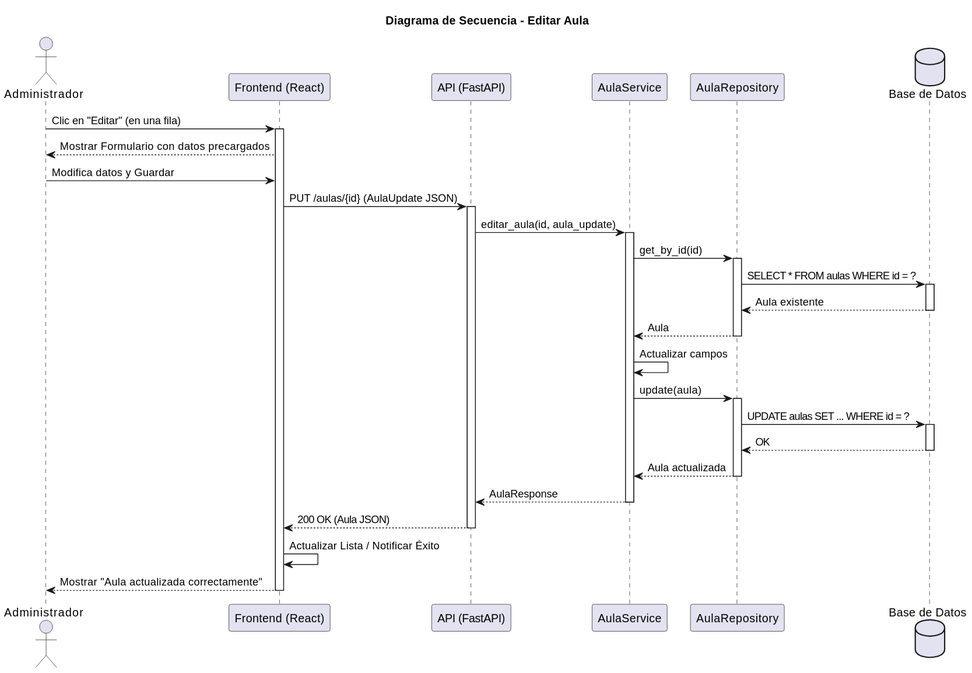
mmasias/pySigHor keeps this PlantUML diagram as images/RUP/02-diseño/casos-uso/editarAula/secuencia.svg. Above is the earlier version.
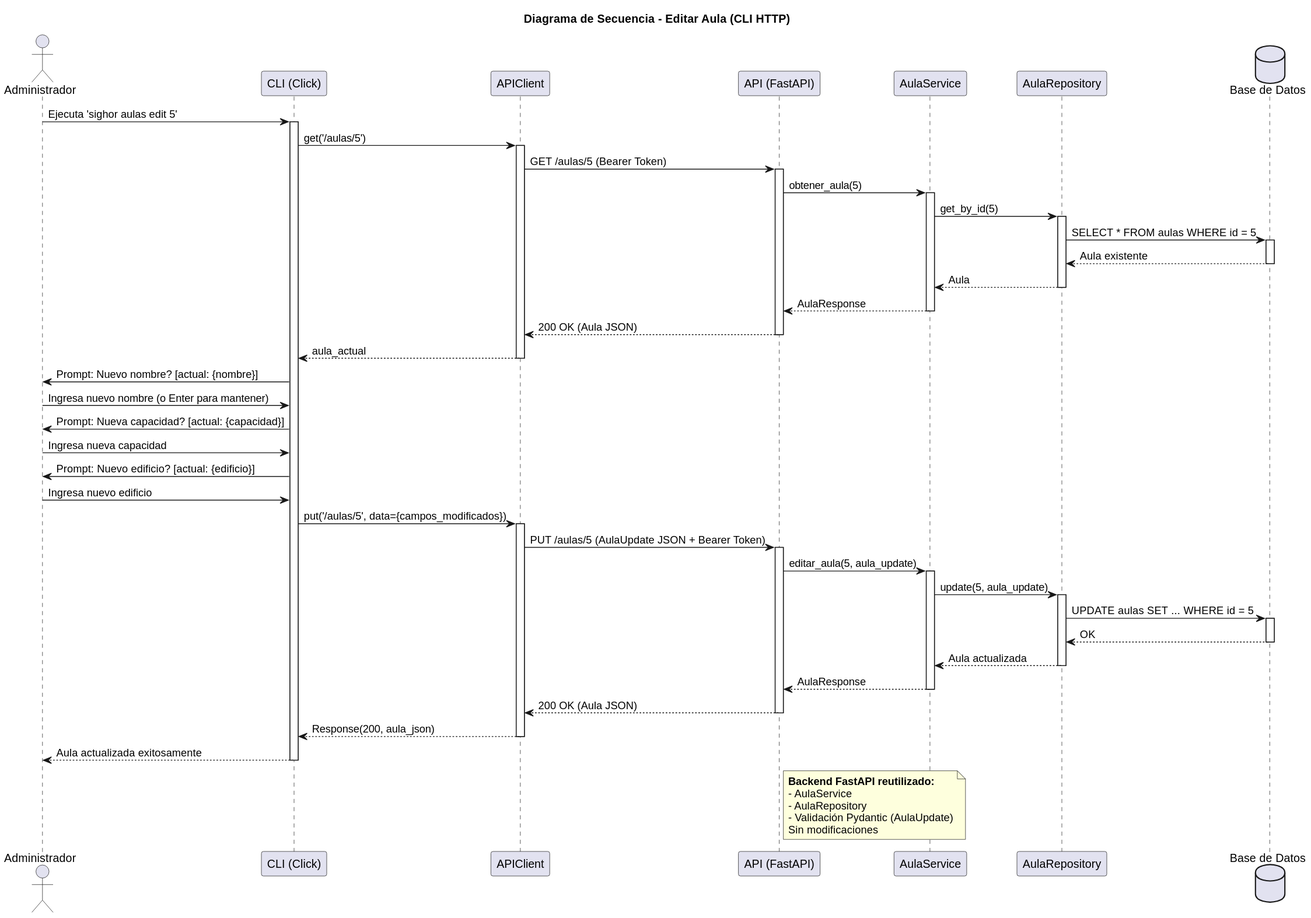
Above is the later version.

Change to the diagram source:
```diff
@@ -1,33 +1,51 @@
 @startuml
-title Diagrama de Secuencia - Editar Aula
+title Diagrama de Secuencia - Editar Aula (CLI HTTP)
 
 actor "Administrador" as Admin
-participant "Frontend (React)" as FE
+participant "CLI (Click)" as CLI
+participant "APIClient" as Client
 participant "API (FastAPI)" as API
 participant "AulaService" as Service
 participant "AulaRepository" as Repo
 database "Base de Datos" as DB
 
-Admin -> FE: Clic en "Editar" (en una fila)
-activate FE
-FE --> Admin: Mostrar Formulario con datos precargados
-Admin -> FE: Modifica datos y Guardar
-FE -> API: PUT /aulas/{id} (AulaUpdate JSON)
+Admin -> CLI: Ejecuta 'sighor aulas edit 5'
+activate CLI
+CLI -> Client: get('/aulas/5')
+activate Client
+Client -> API: GET /aulas/5 (Bearer Token)
 activate API
-API -> Service: editar_aula(id, aula_update)
+API -> Service: obtener_aula(5)
 activate Service
-Service -> Repo: get_by_id(id)
+Service -> Repo: get_by_id(5)
 activate Repo
-Repo -> DB: SELECT * FROM aulas WHERE id = ?
+Repo -> DB: SELECT * FROM aulas WHERE id = 5
 activate DB
 DB --> Repo: Aula existente
 deactivate DB
 Repo --> Service: Aula
 deactivate Repo
-Service -> Service: Actualizar campos
-Service -> Repo: update(aula)
+Service --> API: AulaResponse
+deactivate Service
+API --> Client: 200 OK (Aula JSON)
+deactivate API
+Client --> CLI: aula_actual
+deactivate Client
+CLI -> Admin: Prompt: Nuevo nombre? [actual: {nombre}]
+Admin -> CLI: Ingresa nuevo nombre (o Enter para mantener)
+CLI -> Admin: Prompt: Nueva capacidad? [actual: {capacidad}]
+Admin -> CLI: Ingresa nueva capacidad
+CLI -> Admin: Prompt: Nuevo edificio? [actual: {edificio}]
+Admin -> CLI: Ingresa nuevo edificio
+CLI -> Client: put('/aulas/5', data={campos_modificados})
+activate Client
+Client -> API: PUT /aulas/5 (AulaUpdate JSON + Bearer Token)
+activate API
+API -> Service: editar_aula(5, aula_update)
+activate Service
+Service -> Repo: update(5, aula_update)
 activate Repo
-Repo -> DB: UPDATE aulas SET ... WHERE id = ?
+Repo -> DB: UPDATE aulas SET ... WHERE id = 5
 activate DB
 DB --> Repo: OK
 deactivate DB
@@ -35,9 +53,18 @@
 deactivate Repo
 Service --> API: AulaResponse
 deactivate Service
-API --> FE: 200 OK (Aula JSON)
+API --> Client: 200 OK (Aula JSON)
 deactivate API
-FE -> FE: Actualizar Lista / Notificar Éxito
-FE --> Admin: Mostrar "Aula actualizada correctamente"
-deactivate FE
+Client --> CLI: Response(200, aula_json)
+deactivate Client
+CLI --> Admin: Aula actualizada exitosamente
+deactivate CLI
+
+note right of API
+  **Backend FastAPI reutilizado:**
+  - AulaService
+  - AulaRepository
+  - Validación Pydantic (AulaUpdate)
+  Sin modificaciones
+end note
 @enduml
```
